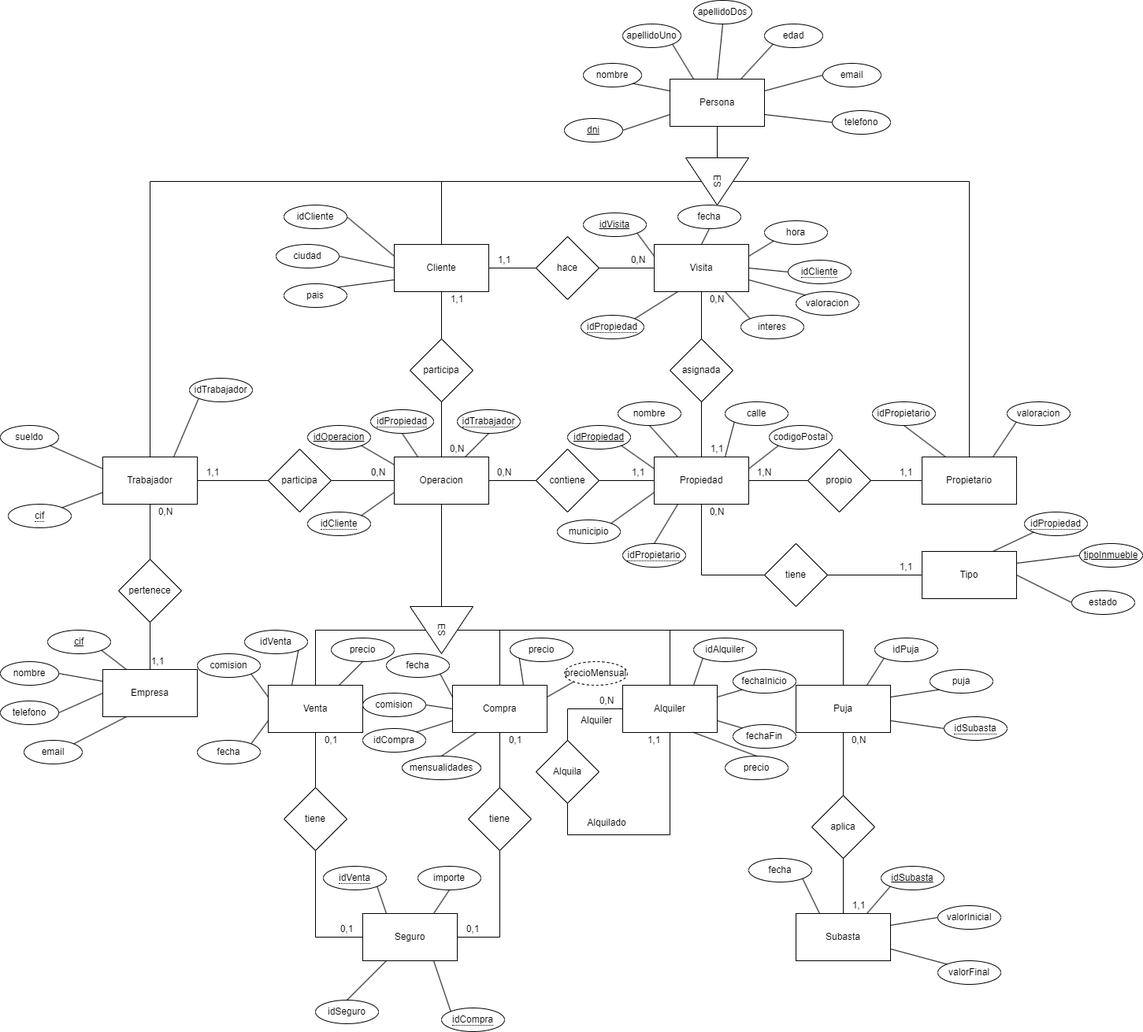
This is Entidad-Relacion_Definitivo.png from Anthonysreal-D/InmobiliariaUPO, a draw.io export, as it was before one commit. Source tidied: cells renumbered, new cells last; positions are measured from the earlier drawing's top-left corner, leaving out a move shared by most shapes.
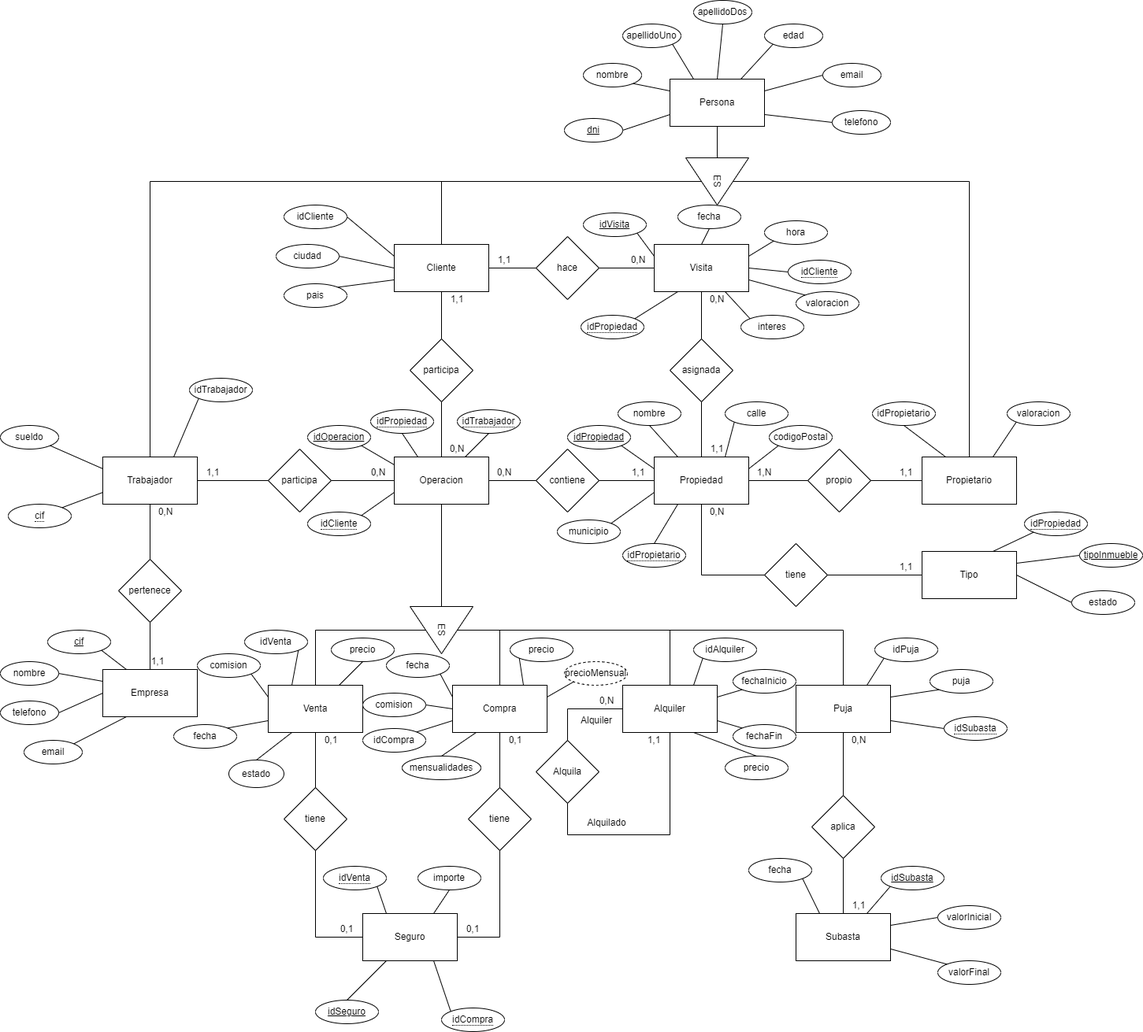
The same diagram one commit later.

What changed in the source:
```diff
@@ -604,7 +604,7 @@
       <mxGeometry relative="1" as="geometry" />
     </mxCell>
     <mxCell id="186" value="fecha" style="ellipse;whiteSpace=wrap;html=1;align=center;shadow=0;strokeColor=default;verticalAlign=middle;fontFamily=Helvetica;fontSize=12;fontColor=default;fillColor=default;gradientColor=none;" parent="1" vertex="1">
-      <mxGeometry x="250" y="940" width="80" height="30" as="geometry" />
+      <mxGeometry x="220" y="920" width="80" height="30" as="geometry" />
     </mxCell>
     <mxCell id="187" value="fecha" style="ellipse;whiteSpace=wrap;html=1;align=center;shadow=0;strokeColor=default;verticalAlign=middle;fontFamily=Helvetica;fontSize=12;fontColor=default;fillColor=default;gradientColor=none;" parent="1" vertex="1">
       <mxGeometry x="490" y="830" width="80" height="30" as="geometry" />
@@ -696,11 +696,17 @@
     <mxCell id="216" style="endArrow=none;html=1;rounded=0;exitX=1;exitY=0.25;exitDx=0;exitDy=0;entryX=0;entryY=1;entryDx=0;entryDy=0;" parent="1" edge="1" source="2" target="215">
       <mxGeometry relative="1" as="geometry" />
     </mxCell>
-    <mxCell id="217" value="idSeguro" style="ellipse;whiteSpace=wrap;html=1;" parent="1" vertex="1">
+    <mxCell id="217" value="&lt;u&gt;idSeguro&lt;/u&gt;" style="ellipse;whiteSpace=wrap;html=1;" parent="1" vertex="1">
       <mxGeometry x="400" y="1270" width="80" height="30" as="geometry" />
     </mxCell>
     <mxCell id="218" style="endArrow=none;html=1;rounded=0;exitX=0.5;exitY=0;exitDx=0;exitDy=0;entryX=0.25;entryY=1;entryDx=0;entryDy=0;" parent="1" edge="1" source="217" target="54">
       <mxGeometry relative="1" as="geometry" />
     </mxCell>
+    <mxCell id="219" value="estado" style="ellipse;whiteSpace=wrap;html=1;" parent="1" vertex="1">
+      <mxGeometry x="290" y="965" width="70" height="35" as="geometry" />
+    </mxCell>
+    <mxCell id="220" style="endArrow=none;html=1;rounded=0;exitX=0.5;exitY=0;exitDx=0;exitDy=0;entryX=0.25;entryY=1;entryDx=0;entryDy=0;" parent="1" edge="1" source="219" target="3">
+      <mxGeometry relative="1" as="geometry" />
+    </mxCell>
   </root>
 </mxGraphModel>
```
